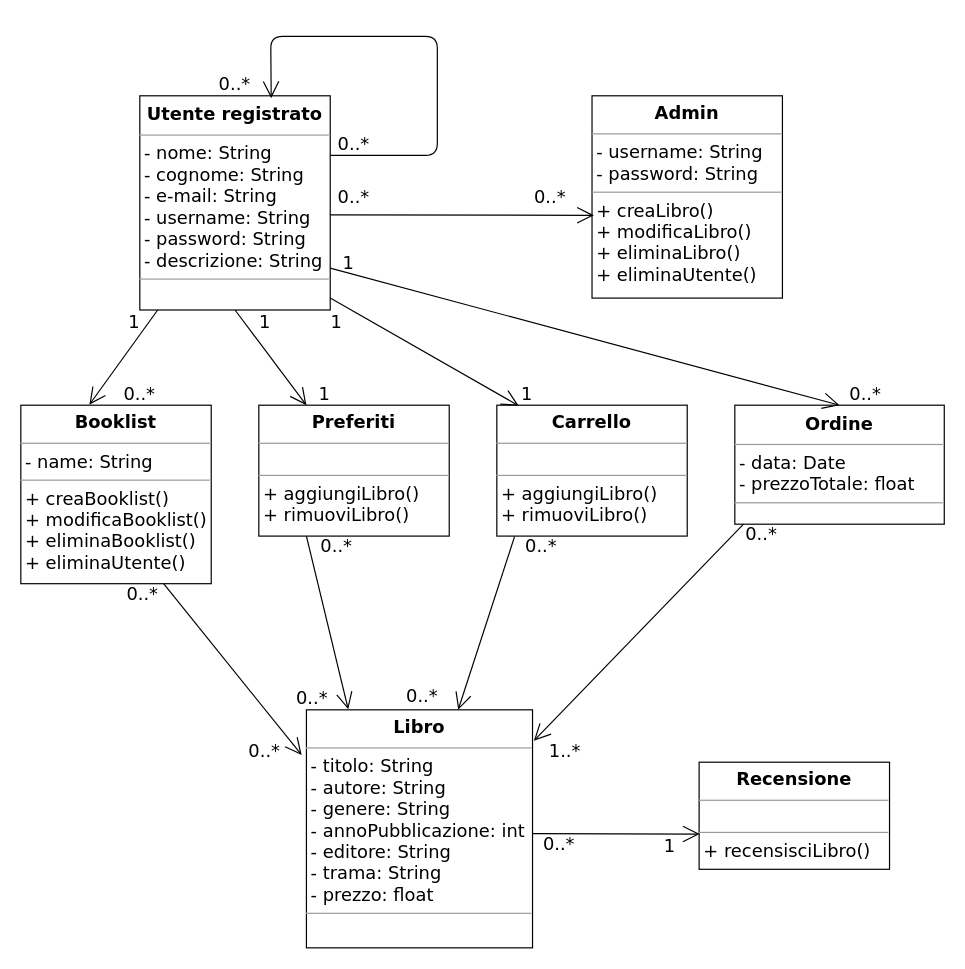
Above: Documenti/RAD/modello_ad_oggetti/class_diagram.drawio in AleBarbados/NewSocialBookRepo (draw.io), before the change. Source tidied: cells renumbered, new cells numbered last; positions are measured from the earlier drawing's top-left corner, leaving out a move shared by most shapes. Both pictures are drawn from the tidied source at 119%, with x=0, y=0 at pixel (20, 36).
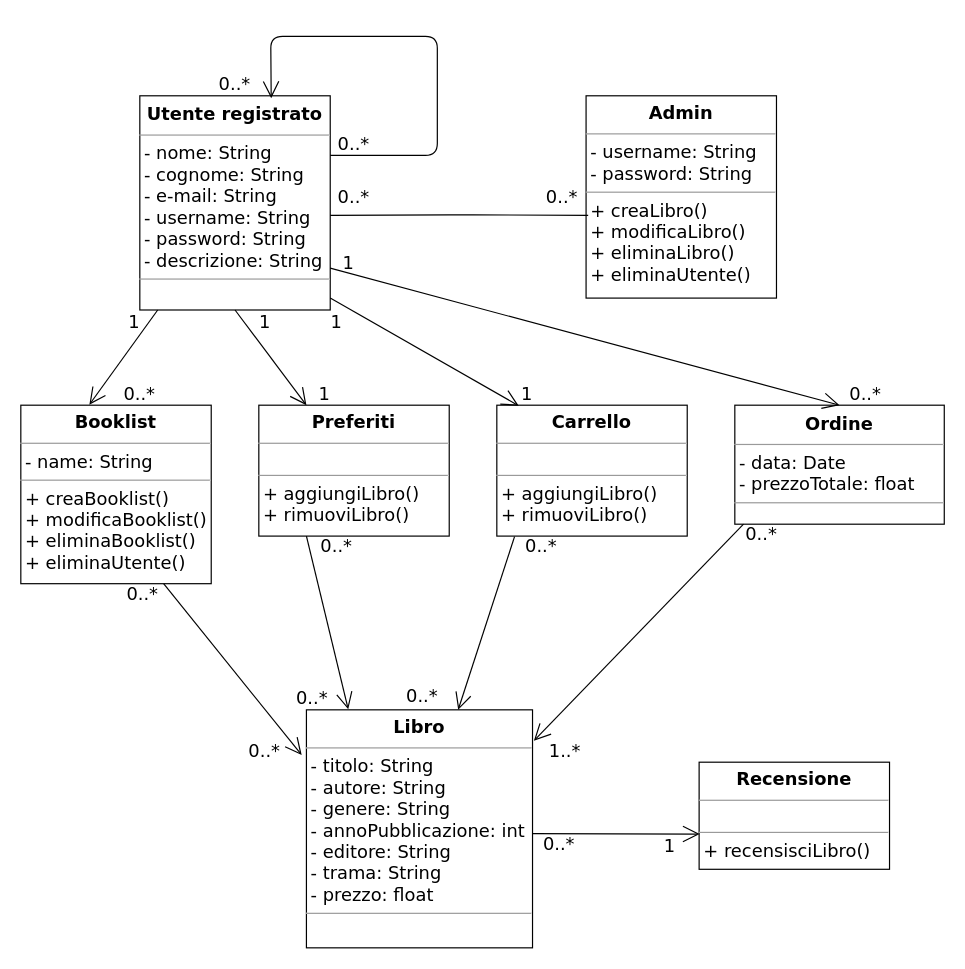
The same diagram, later.

Commit message (it also covers changes not shown here):
modifica al class diagram

The change refers to these unchanged cells:
```xml
<mxCell id="4" value="&lt;h2 style=&quot;margin: 0px ; margin-top: 4px ; text-align: center&quot;&gt;&lt;font face=&quot;Verdana&quot;&gt;&lt;span style=&quot;font-size: 15px&quot;&gt;Utente registrato&lt;/span&gt;&lt;/font&gt;&lt;/h2&gt;&lt;hr size=&quot;1&quot;&gt;&lt;p style=&quot;margin: 0px ; margin-left: 4px&quot;&gt;&lt;font face=&quot;Verdana&quot; style=&quot;font-size: 15px&quot;&gt;- nome: String&lt;/font&gt;&lt;/p&gt;&lt;p style=&quot;margin: 0px ; margin-left: 4px&quot;&gt;&lt;font face=&quot;Verdana&quot; style=&quot;font-size: 15px&quot;&gt;- cognome: String&lt;/font&gt;&lt;/p&gt;&lt;p style=&quot;margin: 0px ; margin-left: 4px&quot;&gt;&lt;font face=&quot;Verdana&quot; style=&quot;font-size: 15px&quot;&gt;- e-mail: String&lt;/font&gt;&lt;/p&gt;&lt;p style=&quot;margin: 0px ; margin-left: 4px&quot;&gt;&lt;font face=&quot;Verdana&quot; style=&quot;font-size: 15px&quot;&gt;- username: String&lt;/font&gt;&lt;/p&gt;&lt;p style=&quot;margin: 0px ; margin-left: 4px&quot;&gt;&lt;font face=&quot;Verdana&quot;&gt;&lt;span style=&quot;font-size: 15px&quot;&gt;- password: String&lt;/span&gt;&lt;/font&gt;&lt;/p&gt;&lt;p style=&quot;margin: 0px ; margin-left: 4px&quot;&gt;&lt;font face=&quot;Verdana&quot;&gt;&lt;span style=&quot;font-size: 15px&quot;&gt;- descrizione: String&lt;/span&gt;&lt;/font&gt;&lt;/p&gt;&lt;hr size=&quot;1&quot;&gt;&lt;p style=&quot;margin: 0px 0px 0px 4px ; font-size: 15px&quot;&gt;&lt;br&gt;&lt;/p&gt;" style="verticalAlign=top;align=left;overflow=fill;fontSize=12;fontFamily=Helvetica;html=1;" parent="1" vertex="1">
  <mxGeometry x="100" y="50" width="160" height="180" as="geometry" />
</mxCell>
```

The edit, as a diff of the source:
```diff
@@
     <mxCell id="2" value="&lt;h2 style=&quot;margin: 0px ; margin-top: 4px ; text-align: center&quot;&gt;&lt;b&gt;&lt;font face=&quot;Verdana&quot; style=&quot;font-size: 15px&quot;&gt;Admin&lt;/font&gt;&lt;/b&gt;&lt;/h2&gt;&lt;hr size=&quot;1&quot;&gt;&lt;p style=&quot;margin: 0px ; margin-left: 4px&quot;&gt;&lt;font face=&quot;Verdana&quot; style=&quot;font-size: 15px&quot;&gt;- username: String&lt;/font&gt;&lt;/p&gt;&lt;p style=&quot;margin: 0px ; margin-left: 4px&quot;&gt;&lt;font face=&quot;Verdana&quot; style=&quot;font-size: 15px&quot;&gt;- password: String&lt;/font&gt;&lt;/p&gt;&lt;hr size=&quot;1&quot;&gt;&lt;p style=&quot;margin: 0px 0px 0px 4px ; font-size: 15px&quot;&gt;&lt;font face=&quot;Verdana&quot; style=&quot;font-size: 15px&quot;&gt;+ creaLibro()&lt;/font&gt;&lt;/p&gt;&lt;p style=&quot;margin: 0px 0px 0px 4px ; font-size: 15px&quot;&gt;&lt;font face=&quot;Verdana&quot; style=&quot;font-size: 15px&quot;&gt;+ modificaLibro()&lt;/font&gt;&lt;/p&gt;&lt;p style=&quot;margin: 0px 0px 0px 4px ; font-size: 15px&quot;&gt;&lt;font face=&quot;Verdana&quot; style=&quot;font-size: 15px&quot;&gt;+ eliminaLibro()&lt;/font&gt;&lt;/p&gt;&lt;p style=&quot;margin: 0px 0px 0px 4px ; font-size: 15px&quot;&gt;&lt;font face=&quot;Verdana&quot; style=&quot;font-size: 15px&quot;&gt;+ eliminaUtente()&lt;/font&gt;&lt;/p&gt;" style="verticalAlign=top;align=left;overflow=fill;fontSize=12;fontFamily=Helvetica;html=1;" parent="1" vertex="1">
-      <mxGeometry x="480" y="50" width="160" height="170" as="geometry" />
+      <mxGeometry x="475" y="50" width="160" height="170" as="geometry" />
     </mxCell>
@@
     <mxCell id="11" value="0..*" style="text;html=1;strokeColor=none;fillColor=none;align=center;verticalAlign=middle;whiteSpace=wrap;rounded=0;fontFamily=Verdana;fontSize=15;" parent="1" vertex="1">
-      <mxGeometry x="430" y="125" width="30" height="20" as="geometry" />
+      <mxGeometry x="440" y="125" width="30" height="20" as="geometry" />
     </mxCell>
@@
-    <mxCell id="16" style="endArrow=open;endFill=1;endSize=12;html=1;fontFamily=Verdana;fontSize=15;entryX=0.01;entryY=0.591;entryDx=0;entryDy=0;entryPerimeter=0;" parent="1" edge="1" target="2">
-      <mxGeometry relative="1" as="geometry">
-        <mxPoint x="260" y="150" as="sourcePoint" />
-      </mxGeometry>
-    </mxCell>
@@
+    <mxCell id="43" style="endArrow=none;html=1;exitX=1;exitY=0.558;exitDx=0;exitDy=0;exitPerimeter=0;entryX=0.011;entryY=0.591;entryDx=0;entryDy=0;entryPerimeter=0;" parent="1" edge="1" source="4" target="2">
+      <mxGeometry relative="1" as="geometry">
+        <Array as="points">
+          <mxPoint x="370" y="150" />
+        </Array>
+      </mxGeometry>
+    </mxCell>
```
